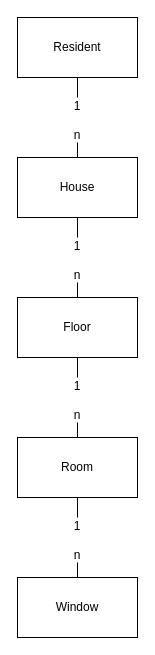
Before: KN02/konzeptionellesDatenModell.drawio in Timposter8107/M165, a draw.io diagram. Source tidied: cells renumbered, new cells numbered last; positions are measured from the earlier drawing's top-left corner, leaving out a move shared by most shapes. Both pictures are drawn from the tidied source at 100%, with x=0, y=0 at pixel (17, 17).
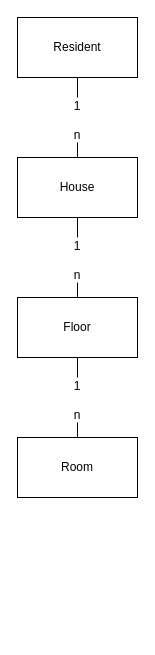
The same page after the edit.

Change to the diagram source:
```diff
@@
 <mxGraphModel>
   <root>
     <mxCell id="0" />
     <mxCell id="1" parent="0" />
     <mxCell id="2" value="House" style="rounded=0;whiteSpace=wrap;html=1;" parent="1" vertex="1">
       <mxGeometry y="140" width="120" height="60" as="geometry" />
     </mxCell>
     <mxCell id="3" value="Floor" style="rounded=0;whiteSpace=wrap;html=1;" parent="1" vertex="1">
       <mxGeometry y="280" width="120" height="60" as="geometry" />
     </mxCell>
     <mxCell id="4" value="Room" style="rounded=0;whiteSpace=wrap;html=1;" parent="1" vertex="1">
       <mxGeometry y="420" width="120" height="60" as="geometry" />
     </mxCell>
     <mxCell id="5" value="Resident" style="rounded=0;whiteSpace=wrap;html=1;" parent="1" vertex="1">
       <mxGeometry width="120" height="60" as="geometry" />
     </mxCell>
     <mxCell id="6" style="endArrow=none;html=1;rounded=0;entryX=0.5;entryY=1;entryDx=0;entryDy=0;exitX=0.5;exitY=0;exitDx=0;exitDy=0;" parent="1" edge="1" source="8" target="2">
       <mxGeometry relative="1" as="geometry" />
     </mxCell>
     <mxCell id="7" style="endArrow=none;html=1;rounded=0;entryX=0.5;entryY=1;entryDx=0;entryDy=0;exitX=0.5;exitY=0;exitDx=0;exitDy=0;" parent="1" edge="1" source="3" target="8">
       <mxGeometry relative="1" as="geometry" />
     </mxCell>
     <mxCell id="8" value="1&lt;div&gt;&lt;br&gt;&lt;/div&gt;&lt;div&gt;n&lt;/div&gt;" style="text;html=1;align=center;verticalAlign=middle;whiteSpace=wrap;rounded=0;" parent="1" vertex="1">
       <mxGeometry x="30" y="220" width="60" height="45" as="geometry" />
     </mxCell>
     <mxCell id="9" style="endArrow=none;html=1;rounded=0;entryX=0.5;entryY=1;entryDx=0;entryDy=0;exitX=0.5;exitY=0;exitDx=0;exitDy=0;" parent="1" edge="1" source="11" target="3">
       <mxGeometry relative="1" as="geometry" />
     </mxCell>
     <mxCell id="10" style="endArrow=none;html=1;rounded=0;entryX=0.5;entryY=1;entryDx=0;entryDy=0;exitX=0.5;exitY=0;exitDx=0;exitDy=0;" parent="1" edge="1" source="4" target="11">
       <mxGeometry relative="1" as="geometry" />
     </mxCell>
     <mxCell id="11" value="1&lt;div&gt;&lt;br&gt;&lt;/div&gt;&lt;div&gt;n&lt;/div&gt;" style="text;html=1;align=center;verticalAlign=middle;whiteSpace=wrap;rounded=0;" parent="1" vertex="1">
       <mxGeometry x="30" y="360" width="60" height="45" as="geometry" />
     </mxCell>
     <mxCell id="12" style="endArrow=none;html=1;rounded=0;entryX=0.5;entryY=0;entryDx=0;entryDy=0;exitX=0.5;exitY=1;exitDx=0;exitDy=0;" parent="1" edge="1" source="18" target="2">
       <mxGeometry relative="1" as="geometry" />
     </mxCell>
-    <mxCell id="13" value="Window" style="rounded=0;whiteSpace=wrap;html=1;" parent="1" vertex="1">
-      <mxGeometry y="560" width="120" height="60" as="geometry" />
-    </mxCell>
-    <mxCell id="14" style="endArrow=none;html=1;rounded=0;exitX=0.5;exitY=0;exitDx=0;exitDy=0;entryX=0.5;entryY=1;entryDx=0;entryDy=0;" parent="1" edge="1" source="16" target="4">
-      <mxGeometry relative="1" as="geometry" />
-    </mxCell>
-    <mxCell id="15" style="endArrow=none;html=1;rounded=0;exitX=0.5;exitY=0;exitDx=0;exitDy=0;entryX=0.5;entryY=1;entryDx=0;entryDy=0;" parent="1" edge="1" source="13" target="16">
-      <mxGeometry relative="1" as="geometry" />
-    </mxCell>
-    <mxCell id="16" value="1&lt;div&gt;&lt;br&gt;&lt;/div&gt;&lt;div&gt;n&lt;/div&gt;" style="text;html=1;align=center;verticalAlign=middle;whiteSpace=wrap;rounded=0;" parent="1" vertex="1">
-      <mxGeometry x="30" y="500" width="60" height="45" as="geometry" />
-    </mxCell>
     <mxCell id="17" style="endArrow=none;html=1;rounded=0;entryX=0.5;entryY=0;entryDx=0;entryDy=0;exitX=0.5;exitY=1;exitDx=0;exitDy=0;" parent="1" edge="1" source="5" target="18">
       <mxGeometry relative="1" as="geometry" />
     </mxCell>
     <mxCell id="18" value="1&lt;div&gt;&lt;br&gt;&lt;/div&gt;&lt;div&gt;n&lt;/div&gt;" style="text;html=1;align=center;verticalAlign=middle;whiteSpace=wrap;rounded=0;" parent="1" vertex="1">
       <mxGeometry x="30" y="80" width="60" height="45" as="geometry" />
     </mxCell>
   </root>
 </mxGraphModel>
```
